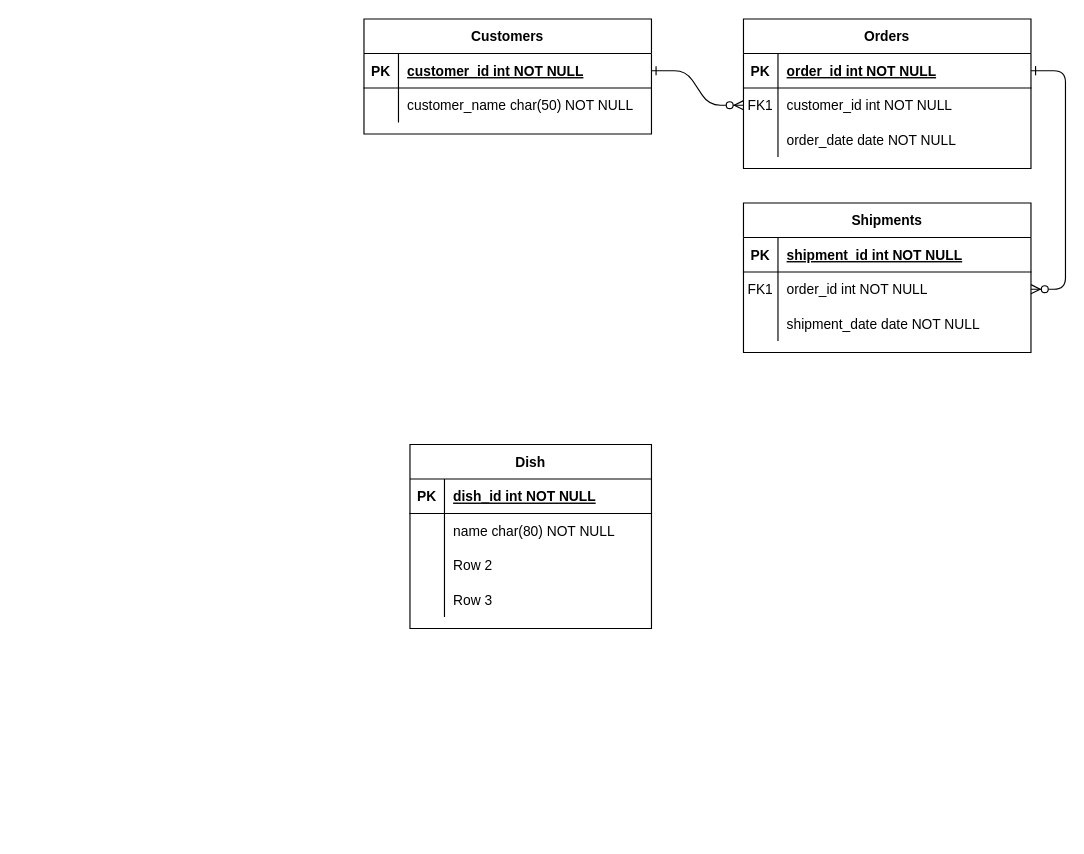
Before: Untitled Diagram.drawio in kiroskirin/diagram-101, a draw.io diagram. Source tidied: cells renumbered, new cells numbered last; positions are measured from the earlier drawing's top-left corner, leaving out a move shared by most shapes. Both pictures are drawn from the tidied source at 115%, with x=0, y=0 at pixel (363, 18).
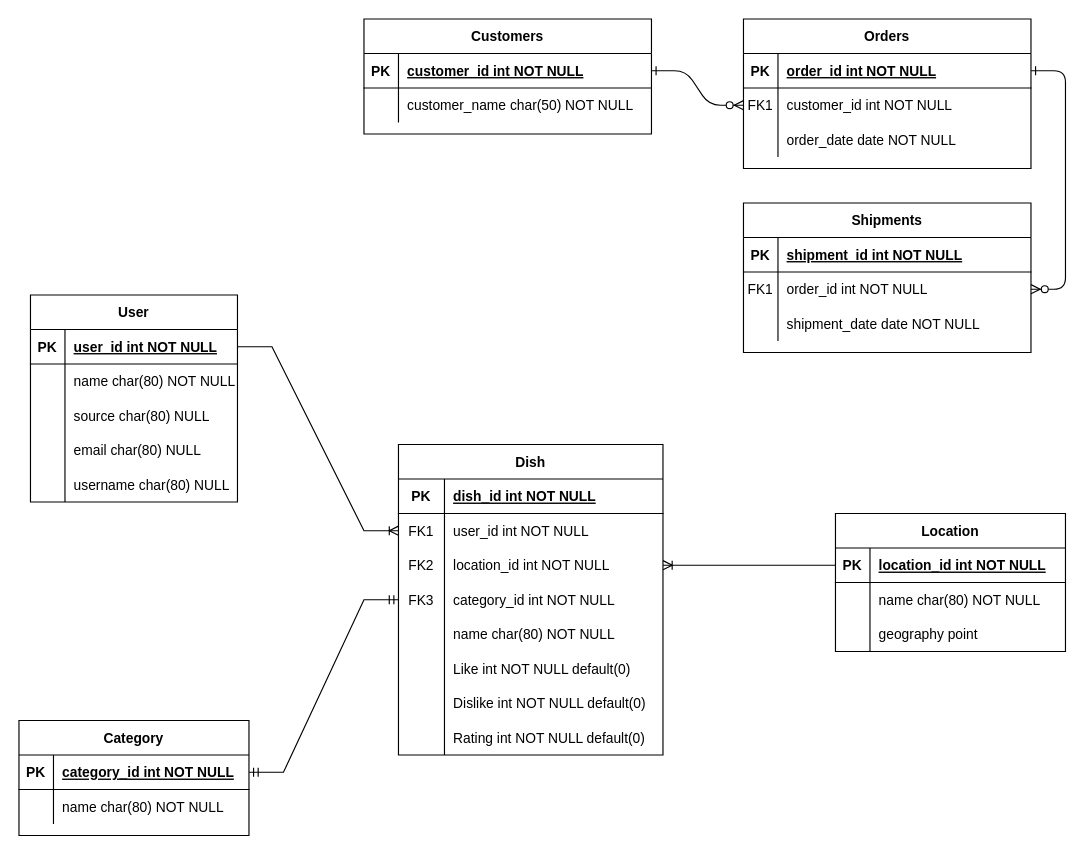
The same diagram, later.

Change to the diagram source:
```diff
@@
     <mxCell id="31" value="Dish" style="shape=table;startSize=30;childLayout=tableLayout;rowLines=0;fontStyle=1;align=center;" parent="1" vertex="1">
-      <mxGeometry x="40" y="370" width="210" height="160" as="geometry" />
+      <mxGeometry x="30" y="370" width="230" height="270" as="geometry" />
     </mxCell>
     <mxCell id="32" style="shape=tableRow;horizontal=0;startSize=0;swimlaneHead=0;swimlaneBody=0;fillColor=none;top=0;left=0;right=0;bottom=1;" parent="31" vertex="1">
-      <mxGeometry y="30" width="210" height="30" as="geometry" />
+      <mxGeometry y="30" width="230" height="30" as="geometry" />
     </mxCell>
     <mxCell id="33" value="PK" style="shape=partialRectangle;fillColor=none;top=0;left=0;bottom=0;right=0;fontStyle=1;overflow=hidden;" parent="32" vertex="1">
-      <mxGeometry width="30" height="30" as="geometry" />
+      <mxGeometry width="40" height="30" as="geometry" />
     </mxCell>
     <mxCell id="34" value="dish_id int NOT NULL" style="shape=partialRectangle;fillColor=none;top=0;left=0;bottom=0;right=0;align=left;spacingLeft=6;fontStyle=5;overflow=hidden;" parent="32" vertex="1">
-      <mxGeometry x="30" width="180" height="30" as="geometry" />
+      <mxGeometry x="40" width="190" height="30" as="geometry" />
     </mxCell>
+    <mxCell id="38" style="shape=tableRow;horizontal=0;startSize=0;swimlaneHead=0;swimlaneBody=0;fillColor=none;points=[[0,0.5],[1,0.5]];portConstraint=eastwest;top=0;left=0;right=0;bottom=0;" parent="31" vertex="1">
+      <mxGeometry y="60" width="230" height="30" as="geometry" />
+    </mxCell>
+    <mxCell id="39" value="FK1" style="shape=partialRectangle;fillColor=none;top=0;left=0;bottom=0;right=0;overflow=hidden;" parent="38" vertex="1">
+      <mxGeometry width="40" height="30" as="geometry" />
+    </mxCell>
+    <mxCell id="40" value="user_id int NOT NULL" style="shape=partialRectangle;fillColor=none;top=0;left=0;bottom=0;right=0;align=left;spacingLeft=6;overflow=hidden;" parent="38" vertex="1">
+      <mxGeometry x="40" width="190" height="30" as="geometry" />
+    </mxCell>
+    <mxCell id="44" style="shape=tableRow;horizontal=0;startSize=0;swimlaneHead=0;swimlaneBody=0;fillColor=none;points=[[0,0.5],[1,0.5]];portConstraint=eastwest;top=0;left=0;right=0;bottom=0;" parent="31" vertex="1">
+      <mxGeometry y="90" width="230" height="30" as="geometry" />
+    </mxCell>
+    <mxCell id="45" value="FK2" style="shape=partialRectangle;fillColor=none;top=0;left=0;bottom=0;right=0;overflow=hidden;" parent="44" vertex="1">
+      <mxGeometry width="40" height="30" as="geometry" />
+    </mxCell>
+    <mxCell id="46" value="location_id int NOT NULL" style="shape=partialRectangle;fillColor=none;top=0;left=0;bottom=0;right=0;align=left;spacingLeft=6;overflow=hidden;" parent="44" vertex="1">
+      <mxGeometry x="40" width="190" height="30" as="geometry" />
+    </mxCell>
+    <mxCell id="47" style="shape=tableRow;horizontal=0;startSize=0;swimlaneHead=0;swimlaneBody=0;fillColor=none;points=[[0,0.5],[1,0.5]];portConstraint=eastwest;top=0;left=0;right=0;bottom=0;" parent="31" vertex="1">
+      <mxGeometry y="120" width="230" height="30" as="geometry" />
+    </mxCell>
+    <mxCell id="48" value="FK3" style="shape=partialRectangle;fillColor=none;top=0;left=0;bottom=0;right=0;overflow=hidden;" parent="47" vertex="1">
+      <mxGeometry width="40" height="30" as="geometry" />
+    </mxCell>
+    <mxCell id="49" value="category_id int NOT NULL" style="shape=partialRectangle;fillColor=none;top=0;left=0;bottom=0;right=0;align=left;spacingLeft=6;overflow=hidden;" parent="47" vertex="1">
+      <mxGeometry x="40" width="190" height="30" as="geometry" />
+    </mxCell>
     <mxCell id="35" style="shape=tableRow;horizontal=0;startSize=0;swimlaneHead=0;swimlaneBody=0;fillColor=none;top=0;left=0;right=0;bottom=0;" parent="31" vertex="1">
-      <mxGeometry y="60" width="210" height="30" as="geometry" />
+      <mxGeometry y="150" width="230" height="30" as="geometry" />
     </mxCell>
     <mxCell id="36" style="shape=partialRectangle;fillColor=none;top=0;left=0;bottom=0;right=0;overflow=hidden;" parent="35" vertex="1">
-      <mxGeometry width="30" height="30" as="geometry" />
+      <mxGeometry width="40" height="30" as="geometry" />
     </mxCell>
     <mxCell id="37" value="name char(80) NOT NULL" style="shape=partialRectangle;fillColor=none;top=0;left=0;bottom=0;right=0;align=left;spacingLeft=6;overflow=hidden;" parent="35" vertex="1">
-      <mxGeometry x="30" width="180" height="30" as="geometry" />
+      <mxGeometry x="40" width="190" height="30" as="geometry" />
     </mxCell>
-    <mxCell id="38" style="shape=tableRow;horizontal=0;startSize=0;swimlaneHead=0;swimlaneBody=0;fillColor=none;points=[[0,0.5],[1,0.5]];portConstraint=eastwest;top=0;left=0;right=0;bottom=0;" parent="31" vertex="1">
-      <mxGeometry y="90" width="210" height="30" as="geometry" />
-    </mxCell>
-    <mxCell id="39" style="shape=partialRectangle;fillColor=none;top=0;left=0;bottom=0;right=0;overflow=hidden;" parent="38" vertex="1">
-      <mxGeometry width="30" height="30" as="geometry" />
-    </mxCell>
-    <mxCell id="40" value="Row 2" style="shape=partialRectangle;fillColor=none;top=0;left=0;bottom=0;right=0;align=left;spacingLeft=6;overflow=hidden;" parent="38" vertex="1">
-      <mxGeometry x="30" width="180" height="30" as="geometry" />
-    </mxCell>
     <mxCell id="41" style="shape=tableRow;horizontal=0;startSize=0;swimlaneHead=0;swimlaneBody=0;fillColor=none;top=0;left=0;right=0;bottom=0;" parent="31" vertex="1">
-      <mxGeometry y="120" width="210" height="30" as="geometry" />
+      <mxGeometry y="180" width="230" height="30" as="geometry" />
     </mxCell>
     <mxCell id="42" style="shape=partialRectangle;fillColor=none;top=0;left=0;bottom=0;right=0;overflow=hidden;" parent="41" vertex="1">
-      <mxGeometry width="30" height="30" as="geometry" />
+      <mxGeometry width="40" height="30" as="geometry" />
     </mxCell>
-    <mxCell id="43" value="Row 3" style="shape=partialRectangle;fillColor=none;top=0;left=0;bottom=0;right=0;align=left;spacingLeft=6;overflow=hidden;" parent="41" vertex="1">
-      <mxGeometry x="30" width="180" height="30" as="geometry" />
+    <mxCell id="43" value="Like int NOT NULL default(0)" style="shape=partialRectangle;fillColor=none;top=0;left=0;bottom=0;right=0;align=left;spacingLeft=6;overflow=hidden;" parent="41" vertex="1">
+      <mxGeometry x="40" width="190" height="30" as="geometry" />
     </mxCell>
+    <mxCell id="50" style="shape=tableRow;horizontal=0;startSize=0;swimlaneHead=0;swimlaneBody=0;fillColor=none;top=0;left=0;right=0;bottom=0;" parent="31" vertex="1">
+      <mxGeometry y="210" width="230" height="30" as="geometry" />
+    </mxCell>
+    <mxCell id="51" style="shape=partialRectangle;fillColor=none;top=0;left=0;bottom=0;right=0;overflow=hidden;" parent="50" vertex="1">
+      <mxGeometry width="40" height="30" as="geometry" />
+    </mxCell>
+    <mxCell id="52" value="Dislike int NOT NULL default(0)" style="shape=partialRectangle;fillColor=none;top=0;left=0;bottom=0;right=0;align=left;spacingLeft=6;overflow=hidden;" parent="50" vertex="1">
+      <mxGeometry x="40" width="190" height="30" as="geometry" />
+    </mxCell>
+    <mxCell id="53" style="shape=tableRow;horizontal=0;startSize=0;swimlaneHead=0;swimlaneBody=0;fillColor=none;top=0;left=0;right=0;bottom=0;" parent="31" vertex="1">
+      <mxGeometry y="240" width="230" height="30" as="geometry" />
+    </mxCell>
+    <mxCell id="54" style="shape=partialRectangle;fillColor=none;top=0;left=0;bottom=0;right=0;overflow=hidden;" parent="53" vertex="1">
+      <mxGeometry width="40" height="30" as="geometry" />
+    </mxCell>
+    <mxCell id="55" value="Rating int NOT NULL default(0)" style="shape=partialRectangle;fillColor=none;top=0;left=0;bottom=0;right=0;align=left;spacingLeft=6;overflow=hidden;" parent="53" vertex="1">
+      <mxGeometry x="40" width="190" height="30" as="geometry" />
+    </mxCell>
+    <mxCell id="56" value="Location" style="shape=table;startSize=30;childLayout=tableLayout;rowLines=0;fontStyle=1;align=center;" parent="1" vertex="1">
+      <mxGeometry x="410" y="430" width="200" height="120" as="geometry" />
+    </mxCell>
+    <mxCell id="57" style="shape=tableRow;horizontal=0;startSize=0;swimlaneHead=0;swimlaneBody=0;fillColor=none;points=[[0,0.5],[1,0.5]];portConstraint=eastwest;top=0;left=0;right=0;bottom=1;" parent="56" vertex="1">
+      <mxGeometry y="30" width="200" height="30" as="geometry" />
+    </mxCell>
+    <mxCell id="58" value="PK" style="shape=partialRectangle;fillColor=none;top=0;left=0;bottom=0;right=0;fontStyle=1;overflow=hidden;" parent="57" vertex="1">
+      <mxGeometry width="30" height="30" as="geometry" />
+    </mxCell>
+    <mxCell id="59" value="location_id int NOT NULL" style="shape=partialRectangle;fillColor=none;top=0;left=0;bottom=0;right=0;align=left;spacingLeft=6;fontStyle=5;overflow=hidden;" parent="57" vertex="1">
+      <mxGeometry x="30" width="170" height="30" as="geometry" />
+    </mxCell>
+    <mxCell id="60" style="shape=tableRow;horizontal=0;startSize=0;swimlaneHead=0;swimlaneBody=0;fillColor=none;top=0;left=0;right=0;bottom=0;" parent="56" vertex="1">
+      <mxGeometry y="60" width="200" height="30" as="geometry" />
+    </mxCell>
+    <mxCell id="61" style="shape=partialRectangle;fillColor=none;top=0;left=0;bottom=0;right=0;overflow=hidden;" parent="60" vertex="1">
+      <mxGeometry width="30" height="30" as="geometry" />
+    </mxCell>
+    <mxCell id="62" value="name char(80) NOT NULL" style="shape=partialRectangle;fillColor=none;top=0;left=0;bottom=0;right=0;align=left;spacingLeft=6;overflow=hidden;" parent="60" vertex="1">
+      <mxGeometry x="30" width="170" height="30" as="geometry" />
+    </mxCell>
+    <mxCell id="63" style="shape=tableRow;horizontal=0;startSize=0;swimlaneHead=0;swimlaneBody=0;fillColor=none;top=0;left=0;right=0;bottom=0;" parent="56" vertex="1">
+      <mxGeometry y="90" width="200" height="30" as="geometry" />
+    </mxCell>
+    <mxCell id="64" style="shape=partialRectangle;fillColor=none;top=0;left=0;bottom=0;right=0;overflow=hidden;" parent="63" vertex="1">
+      <mxGeometry width="30" height="30" as="geometry" />
+    </mxCell>
+    <mxCell id="65" value="geography point" style="shape=partialRectangle;fillColor=none;top=0;left=0;bottom=0;right=0;align=left;spacingLeft=6;overflow=hidden;" parent="63" vertex="1">
+      <mxGeometry x="30" width="170" height="30" as="geometry" />
+    </mxCell>
+    <mxCell id="66" style="edgeStyle=entityRelationEdgeStyle;fontSize=12;html=1;endArrow=none;startArrow=ERoneToMany;rounded=0;entryX=0;entryY=0.5;entryDx=0;entryDy=0;startFill=0;endFill=0;" parent="1" edge="1" source="44" target="57">
+      <mxGeometry relative="1" as="geometry" />
+    </mxCell>
+    <mxCell id="67" value="User" style="shape=table;startSize=30;childLayout=tableLayout;rowLines=0;fontStyle=1;align=center;" parent="1" vertex="1">
+      <mxGeometry x="-290" y="240" width="180" height="180" as="geometry" />
+    </mxCell>
+    <mxCell id="68" style="shape=tableRow;horizontal=0;startSize=0;swimlaneHead=0;swimlaneBody=0;fillColor=none;points=[[0,0.5],[1,0.5]];portConstraint=eastwest;top=0;left=0;right=0;bottom=1;" parent="67" vertex="1">
+      <mxGeometry y="30" width="180" height="30" as="geometry" />
+    </mxCell>
+    <mxCell id="69" value="PK" style="shape=partialRectangle;fillColor=none;top=0;left=0;bottom=0;right=0;fontStyle=1;overflow=hidden;" parent="68" vertex="1">
+      <mxGeometry width="30" height="30" as="geometry" />
+    </mxCell>
+    <mxCell id="70" value="user_id int NOT NULL" style="shape=partialRectangle;fillColor=none;top=0;left=0;bottom=0;right=0;align=left;spacingLeft=6;fontStyle=5;overflow=hidden;" parent="68" vertex="1">
+      <mxGeometry x="30" width="150" height="30" as="geometry" />
+    </mxCell>
+    <mxCell id="71" style="shape=tableRow;horizontal=0;startSize=0;swimlaneHead=0;swimlaneBody=0;fillColor=none;top=0;left=0;right=0;bottom=0;" parent="67" vertex="1">
+      <mxGeometry y="60" width="180" height="30" as="geometry" />
+    </mxCell>
+    <mxCell id="72" style="shape=partialRectangle;fillColor=none;top=0;left=0;bottom=0;right=0;overflow=hidden;" parent="71" vertex="1">
+      <mxGeometry width="30" height="30" as="geometry" />
+    </mxCell>
+    <mxCell id="73" value="name char(80) NOT NULL" style="shape=partialRectangle;fillColor=none;top=0;left=0;bottom=0;right=0;align=left;spacingLeft=6;overflow=hidden;" parent="71" vertex="1">
+      <mxGeometry x="30" width="150" height="30" as="geometry" />
+    </mxCell>
+    <mxCell id="74" style="shape=tableRow;horizontal=0;startSize=0;swimlaneHead=0;swimlaneBody=0;fillColor=none;top=0;left=0;right=0;bottom=0;" parent="67" vertex="1">
+      <mxGeometry y="90" width="180" height="30" as="geometry" />
+    </mxCell>
+    <mxCell id="75" style="shape=partialRectangle;fillColor=none;top=0;left=0;bottom=0;right=0;overflow=hidden;" parent="74" vertex="1">
+      <mxGeometry width="30" height="30" as="geometry" />
+    </mxCell>
+    <mxCell id="76" value="source char(80) NULL" style="shape=partialRectangle;fillColor=none;top=0;left=0;bottom=0;right=0;align=left;spacingLeft=6;overflow=hidden;" parent="74" vertex="1">
+      <mxGeometry x="30" width="150" height="30" as="geometry" />
+    </mxCell>
+    <mxCell id="77" style="shape=tableRow;horizontal=0;startSize=0;swimlaneHead=0;swimlaneBody=0;fillColor=none;top=0;left=0;right=0;bottom=0;" parent="67" vertex="1">
+      <mxGeometry y="120" width="180" height="30" as="geometry" />
+    </mxCell>
+    <mxCell id="78" style="shape=partialRectangle;fillColor=none;top=0;left=0;bottom=0;right=0;overflow=hidden;" parent="77" vertex="1">
+      <mxGeometry width="30" height="30" as="geometry" />
+    </mxCell>
+    <mxCell id="79" value="email char(80) NULL" style="shape=partialRectangle;fillColor=none;top=0;left=0;bottom=0;right=0;align=left;spacingLeft=6;overflow=hidden;" parent="77" vertex="1">
+      <mxGeometry x="30" width="150" height="30" as="geometry" />
+    </mxCell>
+    <mxCell id="80" style="shape=tableRow;horizontal=0;startSize=0;swimlaneHead=0;swimlaneBody=0;fillColor=none;top=0;left=0;right=0;bottom=0;" parent="67" vertex="1">
+      <mxGeometry y="150" width="180" height="30" as="geometry" />
+    </mxCell>
+    <mxCell id="81" style="shape=partialRectangle;fillColor=none;top=0;left=0;bottom=0;right=0;overflow=hidden;" parent="80" vertex="1">
+      <mxGeometry width="30" height="30" as="geometry" />
+    </mxCell>
+    <mxCell id="82" value="username char(80) NULL" style="shape=partialRectangle;fillColor=none;top=0;left=0;bottom=0;right=0;align=left;spacingLeft=6;overflow=hidden;" parent="80" vertex="1">
+      <mxGeometry x="30" width="150" height="30" as="geometry" />
+    </mxCell>
+    <mxCell id="83" style="edgeStyle=entityRelationEdgeStyle;fontSize=12;html=1;endArrow=ERoneToMany;rounded=0;exitX=1;exitY=0.5;exitDx=0;exitDy=0;entryX=0;entryY=0.5;entryDx=0;entryDy=0;" parent="1" edge="1" source="68" target="38">
+      <mxGeometry relative="1" as="geometry" />
+    </mxCell>
+    <mxCell id="84" value="Category" style="shape=table;startSize=30;childLayout=tableLayout;rowLines=0;fontStyle=1;align=center;" parent="1" vertex="1">
+      <mxGeometry x="-300" y="610" width="200" height="100" as="geometry" />
+    </mxCell>
+    <mxCell id="85" style="shape=tableRow;horizontal=0;startSize=0;swimlaneHead=0;swimlaneBody=0;fillColor=none;points=[[0,0.5],[1,0.5]];portConstraint=eastwest;top=0;left=0;right=0;bottom=1;" parent="84" vertex="1">
+      <mxGeometry y="30" width="200" height="30" as="geometry" />
+    </mxCell>
+    <mxCell id="86" value="PK" style="shape=partialRectangle;fillColor=none;top=0;left=0;bottom=0;right=0;fontStyle=1;overflow=hidden;" parent="85" vertex="1">
+      <mxGeometry width="30" height="30" as="geometry" />
+    </mxCell>
+    <mxCell id="87" value="category_id int NOT NULL" style="shape=partialRectangle;fillColor=none;top=0;left=0;bottom=0;right=0;align=left;spacingLeft=6;fontStyle=5;overflow=hidden;" parent="85" vertex="1">
+      <mxGeometry x="30" width="170" height="30" as="geometry" />
+    </mxCell>
+    <mxCell id="88" style="shape=tableRow;horizontal=0;startSize=0;swimlaneHead=0;swimlaneBody=0;fillColor=none;top=0;left=0;right=0;bottom=0;" parent="84" vertex="1">
+      <mxGeometry y="60" width="200" height="30" as="geometry" />
+    </mxCell>
+    <mxCell id="89" style="shape=partialRectangle;fillColor=none;top=0;left=0;bottom=0;right=0;overflow=hidden;" parent="88" vertex="1">
+      <mxGeometry width="30" height="30" as="geometry" />
+    </mxCell>
+    <mxCell id="90" value="name char(80) NOT NULL" style="shape=partialRectangle;fillColor=none;top=0;left=0;bottom=0;right=0;align=left;spacingLeft=6;overflow=hidden;" parent="88" vertex="1">
+      <mxGeometry x="30" width="170" height="30" as="geometry" />
+    </mxCell>
+    <mxCell id="91" style="edgeStyle=entityRelationEdgeStyle;fontSize=12;html=1;endArrow=ERmandOne;startArrow=ERmandOne;rounded=0;exitX=1;exitY=0.5;exitDx=0;exitDy=0;entryX=0;entryY=0.5;entryDx=0;entryDy=0;" parent="1" edge="1" source="85" target="47">
+      <mxGeometry relative="1" as="geometry" />
+    </mxCell>
```
